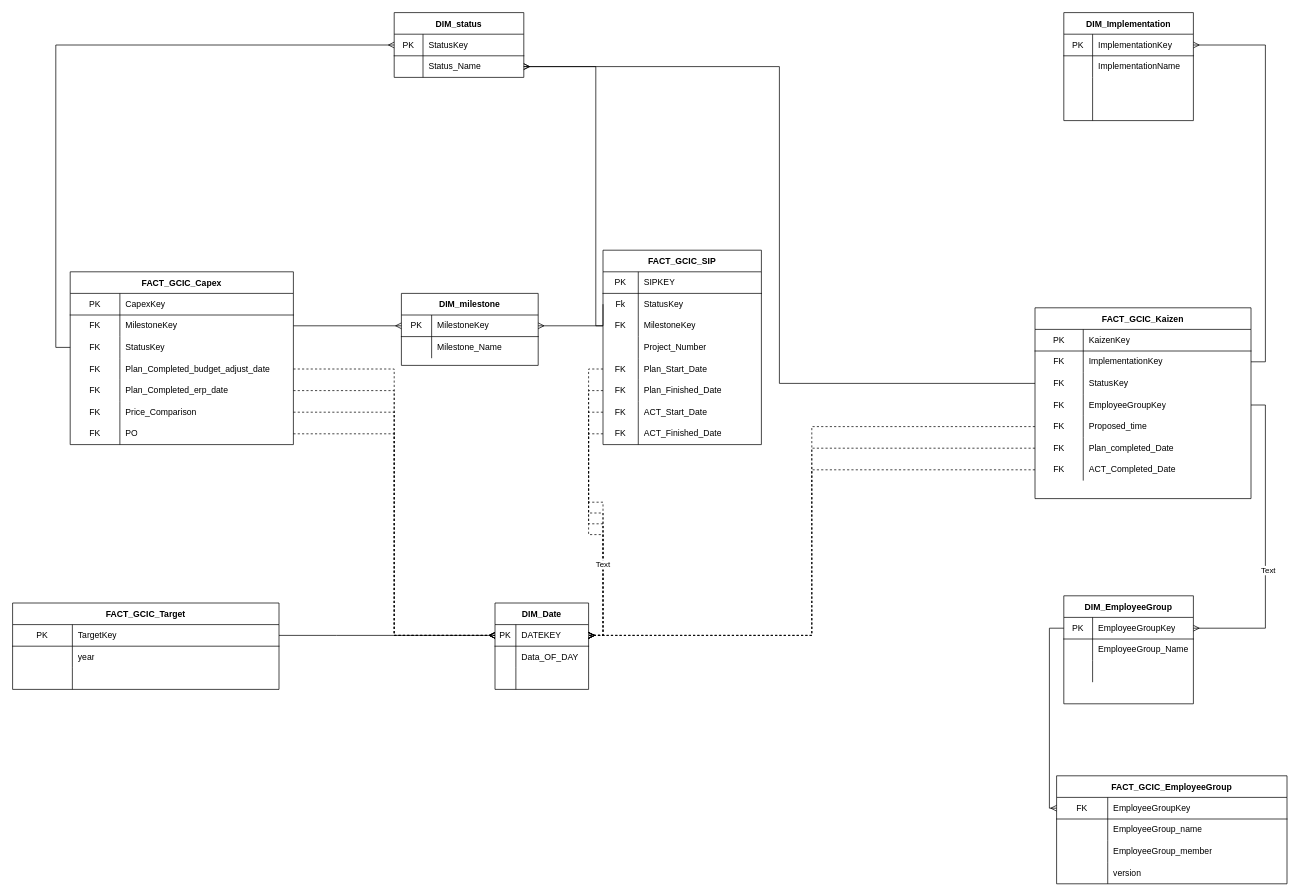
Above: Untitled Diagram.drawio in cyz12/an (draw.io), before the change. Source tidied: cells renumbered, new cells numbered last; positions are measured from the earlier drawing's top-left corner, leaving out a move shared by most shapes. Both pictures are drawn from the tidied source at 72%, with x=0, y=0 at pixel (12, 12).
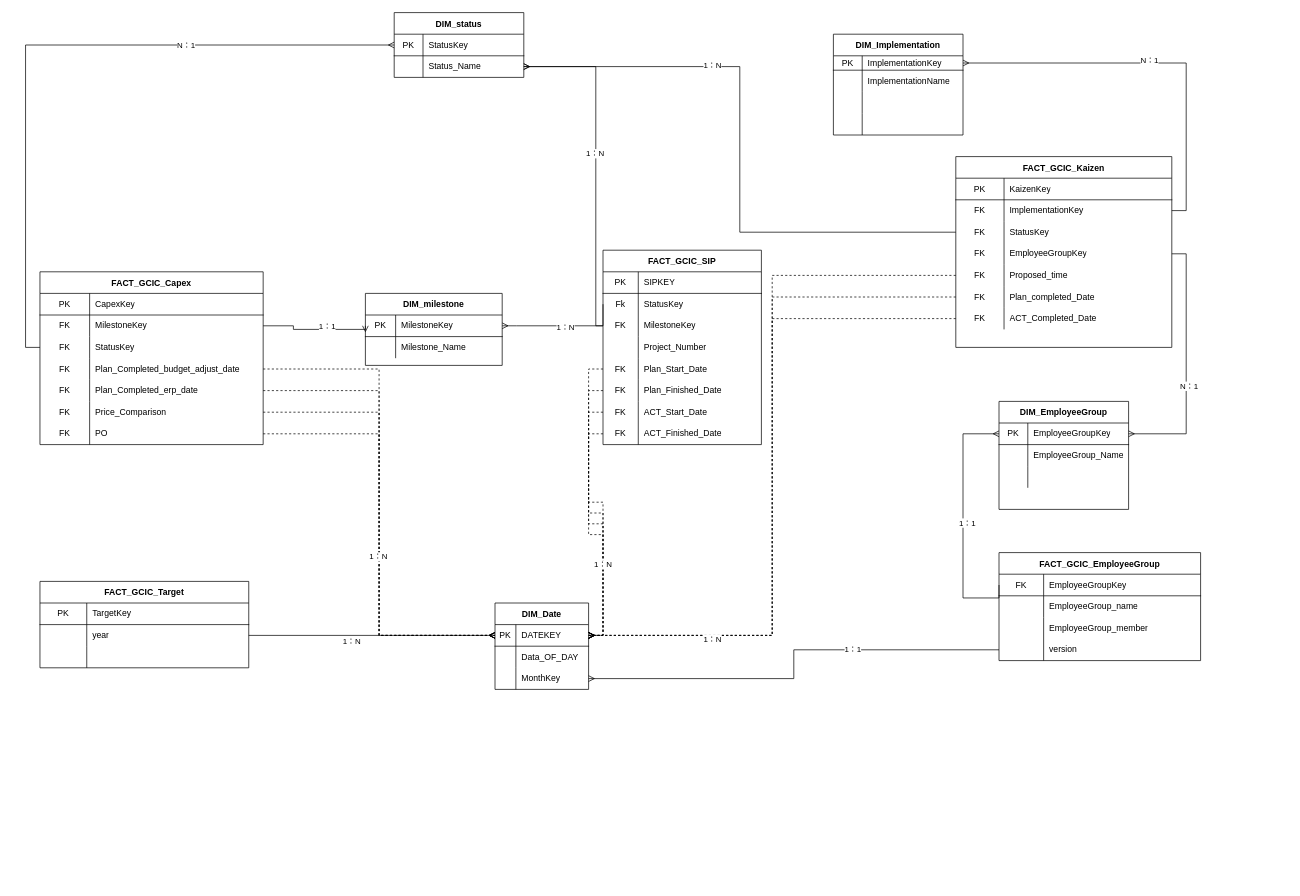
The same diagram, later.

Unchanged cells that the change refers to:
```xml
<mxCell id="3" style="shape=partialRectangle;html=1;whiteSpace=wrap;fillColor=none;top=0;left=0;bottom=1;right=0;points=[[0,0.5],[1,0.5]];portConstraint=eastwest;" parent="2" vertex="1">
  <mxGeometry y="30" width="180" height="30" as="geometry" />
</mxCell>
<mxCell id="19" style="shape=partialRectangle;html=1;whiteSpace=wrap;fillColor=none;top=0;left=0;bottom=0;right=0;points=[[0,0.5],[1,0.5]];portConstraint=eastwest;" parent="12" vertex="1">
  <mxGeometry y="90" width="220" height="30" as="geometry" />
</mxCell>
<mxCell id="83" style="shape=partialRectangle;html=1;whiteSpace=wrap;fillColor=none;top=0;left=0;bottom=0;right=0;points=[[0,0.5],[1,0.5]];portConstraint=eastwest;" parent="79" vertex="1">
  <mxGeometry y="60" width="310" height="30" as="geometry" />
</mxCell>
<mxCell id="112" style="shape=partialRectangle;html=1;whiteSpace=wrap;fillColor=none;top=0;left=0;bottom=1;right=0;points=[[0,0.5],[1,0.5]];portConstraint=eastwest;" parent="111" vertex="1">
  <mxGeometry y="30" width="190" height="30" as="geometry" />
</mxCell>
<mxCell id="132" style="shape=partialRectangle;html=1;whiteSpace=wrap;fillColor=none;top=0;left=0;bottom=1;right=0;points=[[0,0.5],[1,0.5]];portConstraint=eastwest;" parent="131" vertex="1">
  <mxGeometry y="30" width="130" height="30" as="geometry" />
</mxCell>
<mxCell id="138" style="shape=partialRectangle;html=1;whiteSpace=wrap;fillColor=none;top=0;left=0;bottom=0;right=0;points=[[0,0.5],[1,0.5]];portConstraint=eastwest;" parent="131" vertex="1">
  <mxGeometry y="90" width="130" height="30" as="geometry" />
</mxCell>
<mxCell id="145" style="edgeStyle=orthogonalEdgeStyle;rounded=0;jettySize=auto;html=1;exitX=1;exitY=0.5;exitDx=0;exitDy=0;endArrow=ERmany;endFill=0;dashed=1;entryX=0;entryY=0.5;entryDx=0;entryDy=0;" parent="1" edge="1" source="98" target="132">
  <mxGeometry relative="1" as="geometry" />
</mxCell>
<mxCell id="146" style="edgeStyle=orthogonalEdgeStyle;rounded=0;jettySize=auto;html=1;exitX=0;exitY=0.5;exitDx=0;exitDy=0;entryX=0;entryY=0.5;entryDx=0;entryDy=0;endArrow=ERmany;endFill=0;" parent="1" edge="1" source="86" target="51">
  <mxGeometry relative="1" as="geometry" />
</mxCell>
<mxCell id="149" style="edgeStyle=orthogonalEdgeStyle;rounded=0;jettySize=auto;html=1;exitX=0;exitY=0.5;exitDx=0;exitDy=0;endArrow=ERmany;endFill=0;" parent="1" edge="1" source="16" target="54">
  <mxGeometry relative="1" as="geometry">
    <Array as="points">
      <mxPoint x="810" y="435" />
      <mxPoint x="810" y="75" />
    </Array>
  </mxGeometry>
</mxCell>
<mxCell id="150" style="edgeStyle=orthogonalEdgeStyle;rounded=0;jettySize=auto;html=1;exitX=0;exitY=0.5;exitDx=0;exitDy=0;entryX=1;entryY=0.5;entryDx=0;entryDy=0;endArrow=ERmany;endFill=0;" parent="1" edge="1" source="64" target="54">
  <mxGeometry relative="1" as="geometry" />
</mxCell>
<mxCell id="151" style="edgeStyle=orthogonalEdgeStyle;rounded=0;jettySize=auto;html=1;exitX=1;exitY=0.5;exitDx=0;exitDy=0;entryX=1;entryY=0.5;entryDx=0;entryDy=0;endArrow=ERmany;endFill=0;" parent="1" edge="1" source="61" target="38">
  <mxGeometry relative="1" as="geometry" />
</mxCell>
<mxCell id="152" style="edgeStyle=orthogonalEdgeStyle;rounded=0;jettySize=auto;html=1;exitX=1;exitY=0.5;exitDx=0;exitDy=0;entryX=1;entryY=0.5;entryDx=0;entryDy=0;endArrow=ERmany;endFill=0;" parent="1" edge="1" source="67" target="3">
  <mxGeometry relative="1" as="geometry" />
</mxCell>
<mxCell id="158" style="edgeStyle=orthogonalEdgeStyle;rounded=0;jettySize=auto;html=1;exitX=0;exitY=0.5;exitDx=0;exitDy=0;dashed=1;endArrow=ERmany;endFill=0;" parent="1" edge="1" source="76" target="132">
  <mxGeometry relative="1" as="geometry" />
</mxCell>
<mxCell id="161" style="edgeStyle=orthogonalEdgeStyle;rounded=0;jettySize=auto;html=1;exitX=0;exitY=0.5;exitDx=0;exitDy=0;dashed=1;endArrow=ERmany;endFill=0;" parent="1" edge="1" source="34" target="132">
  <mxGeometry relative="1" as="geometry" />
</mxCell>
```

What changed in the source:
```diff
@@
     <mxCell id="2" value="DIM_EmployeeGroup" style="shape=table;startSize=30;childLayout=tableLayout;rowLines=0;fontStyle=1;align=center;" parent="1" vertex="1">
-      <mxGeometry x="1460" y="810" width="180" height="150" as="geometry" />
+      <mxGeometry x="1370" y="540" width="180" height="150" as="geometry" />
     </mxCell>
@@
     <mxCell id="37" value="DIM_Implementation" style="shape=table;startSize=30;childLayout=tableLayout;rowLines=0;fontStyle=1;align=center;" parent="1" vertex="1">
-      <mxGeometry x="1460" width="180" height="150" as="geometry" />
+      <mxGeometry x="1140" y="30" width="180" height="140" as="geometry" />
     </mxCell>
     <mxCell id="38" style="shape=partialRectangle;html=1;whiteSpace=wrap;fillColor=none;top=0;left=0;bottom=1;right=0;points=[[0,0.5],[1,0.5]];portConstraint=eastwest;" parent="37" vertex="1">
-      <mxGeometry y="30" width="180" height="30" as="geometry" />
+      <mxGeometry y="30" width="180" height="20" as="geometry" />
     </mxCell>
     <mxCell id="39" value="PK" style="shape=partialRectangle;html=1;whiteSpace=wrap;fillColor=none;top=0;left=0;bottom=0;right=0;overflow=hidden;" parent="38" vertex="1">
-      <mxGeometry width="40" height="30" as="geometry" />
+      <mxGeometry width="40" height="20" as="geometry" />
     </mxCell>
     <mxCell id="40" value="ImplementationKey" style="shape=partialRectangle;html=1;whiteSpace=wrap;fillColor=none;top=0;left=0;bottom=0;right=0;align=left;spacingLeft=6;overflow=hidden;" parent="38" vertex="1">
-      <mxGeometry x="40" width="140" height="30" as="geometry" />
+      <mxGeometry x="40" width="140" height="20" as="geometry" />
     </mxCell>
     <mxCell id="41" style="shape=partialRectangle;html=1;whiteSpace=wrap;fillColor=none;top=0;left=0;bottom=0;right=0;" parent="37" vertex="1">
-      <mxGeometry y="60" width="180" height="30" as="geometry" />
+      <mxGeometry y="50" width="180" height="30" as="geometry" />
     </mxCell>
@@
     <mxCell id="44" style="shape=partialRectangle;html=1;whiteSpace=wrap;fillColor=none;top=0;left=0;bottom=0;right=0;" parent="37" vertex="1">
-      <mxGeometry y="90" width="180" height="30" as="geometry" />
+      <mxGeometry y="80" width="180" height="30" as="geometry" />
     </mxCell>
@@
     <mxCell id="47" style="shape=partialRectangle;html=1;whiteSpace=wrap;fillColor=none;top=0;left=0;bottom=0;right=0;" parent="37" vertex="1">
-      <mxGeometry y="120" width="180" height="30" as="geometry" />
+      <mxGeometry y="110" width="180" height="30" as="geometry" />
     </mxCell>
@@
     <mxCell id="57" value="FACT_GCIC_Kaizen" style="shape=table;startSize=30;childLayout=tableLayout;rowLines=0;fontStyle=1;align=center;" parent="1" vertex="1">
-      <mxGeometry x="1420" y="410" width="300" height="265" as="geometry" />
+      <mxGeometry x="1310" y="200" width="300" height="265" as="geometry" />
     </mxCell>
@@
     <mxCell id="79" value="FACT_GCIC_Capex" style="shape=table;startSize=30;childLayout=tableLayout;rowLines=0;fontStyle=1;align=center;" parent="1" vertex="1">
-      <mxGeometry x="80" y="360" width="310" height="240" as="geometry" />
+      <mxGeometry x="38" y="360" width="310" height="240" as="geometry" />
     </mxCell>
@@
     <mxCell id="101" value="FACT_GCIC_Target" style="shape=table;startSize=30;childLayout=tableLayout;rowLines=0;fontStyle=1;align=center;" parent="1" vertex="1">
-      <mxGeometry y="820" width="370" height="120" as="geometry" />
+      <mxGeometry x="38" y="790" width="290" height="120" as="geometry" />
     </mxCell>
     <mxCell id="102" style="shape=partialRectangle;html=1;whiteSpace=wrap;fillColor=none;top=0;left=0;bottom=1;right=0;points=[[0,0.5],[1,0.5]];portConstraint=eastwest;" parent="101" vertex="1">
-      <mxGeometry y="30" width="370" height="30" as="geometry" />
+      <mxGeometry y="30" width="290" height="30" as="geometry" />
     </mxCell>
     <mxCell id="103" value="PK" style="shape=partialRectangle;html=1;whiteSpace=wrap;fillColor=none;top=0;left=0;bottom=0;right=0;overflow=hidden;" parent="102" vertex="1">
-      <mxGeometry width="83" height="30" as="geometry" />
+      <mxGeometry width="65" height="30" as="geometry" />
     </mxCell>
     <mxCell id="104" value="TargetKey" style="shape=partialRectangle;html=1;whiteSpace=wrap;fillColor=none;top=0;left=0;bottom=0;right=0;align=left;spacingLeft=6;overflow=hidden;" parent="102" vertex="1">
-      <mxGeometry x="83" width="287" height="30" as="geometry" />
+      <mxGeometry x="65" width="225" height="30" as="geometry" />
     </mxCell>
     <mxCell id="105" style="shape=partialRectangle;html=1;whiteSpace=wrap;fillColor=none;top=0;left=0;bottom=0;right=0;points=[[0,0.5],[1,0.5]];portConstraint=eastwest;" parent="101" vertex="1">
-      <mxGeometry y="60" width="370" height="30" as="geometry" />
+      <mxGeometry y="60" width="290" height="30" as="geometry" />
     </mxCell>
     <mxCell id="106" style="shape=partialRectangle;html=1;whiteSpace=wrap;fillColor=none;top=0;left=0;bottom=0;right=0;overflow=hidden;" parent="105" vertex="1">
-      <mxGeometry width="83" height="30" as="geometry" />
+      <mxGeometry width="65" height="30" as="geometry" />
     </mxCell>
     <mxCell id="107" value="year" style="shape=partialRectangle;html=1;whiteSpace=wrap;fillColor=none;top=0;left=0;bottom=0;right=0;align=left;spacingLeft=6;overflow=hidden;" parent="105" vertex="1">
-      <mxGeometry x="83" width="287" height="30" as="geometry" />
+      <mxGeometry x="65" width="225" height="30" as="geometry" />
     </mxCell>
     <mxCell id="108" style="shape=partialRectangle;html=1;whiteSpace=wrap;fillColor=none;top=0;left=0;bottom=0;right=0;" parent="101" vertex="1">
-      <mxGeometry y="90" width="370" height="30" as="geometry" />
+      <mxGeometry y="90" width="290" height="30" as="geometry" />
     </mxCell>
     <mxCell id="109" style="shape=partialRectangle;html=1;whiteSpace=wrap;fillColor=none;top=0;left=0;bottom=0;right=0;overflow=hidden;" parent="108" vertex="1">
-      <mxGeometry width="83" height="30" as="geometry" />
+      <mxGeometry width="65" height="30" as="geometry" />
     </mxCell>
     <mxCell id="110" style="shape=partialRectangle;html=1;whiteSpace=wrap;fillColor=none;top=0;left=0;bottom=0;right=0;align=left;spacingLeft=6;overflow=hidden;" parent="108" vertex="1">
-      <mxGeometry x="83" width="287" height="30" as="geometry" />
+      <mxGeometry x="65" width="225" height="30" as="geometry" />
     </mxCell>
     <mxCell id="111" value="DIM_milestone" style="shape=table;startSize=30;childLayout=tableLayout;rowLines=0;fontStyle=1;align=center;" parent="1" vertex="1">
-      <mxGeometry x="540" y="390" width="190" height="100" as="geometry" />
+      <mxGeometry x="490" y="390" width="190" height="100" as="geometry" />
     </mxCell>
@@
     <mxCell id="118" value="FACT_GCIC_EmployeeGroup" style="shape=table;startSize=30;childLayout=tableLayout;rowLines=0;fontStyle=1;align=center;" parent="1" vertex="1">
-      <mxGeometry x="1450" y="1060" width="320" height="150" as="geometry" />
+      <mxGeometry x="1370" y="750" width="280" height="150" as="geometry" />
     </mxCell>
     <mxCell id="119" style="shape=partialRectangle;html=1;whiteSpace=wrap;fillColor=none;top=0;left=0;bottom=1;right=0;points=[[0,0.5],[1,0.5]];portConstraint=eastwest;" parent="118" vertex="1">
-      <mxGeometry y="30" width="320" height="30" as="geometry" />
+      <mxGeometry y="30" width="280" height="30" as="geometry" />
     </mxCell>
     <mxCell id="120" value="FK" style="shape=partialRectangle;html=1;whiteSpace=wrap;fillColor=none;top=0;left=0;bottom=0;right=0;overflow=hidden;" parent="119" vertex="1">
-      <mxGeometry width="71" height="30" as="geometry" />
+      <mxGeometry width="62" height="30" as="geometry" />
     </mxCell>
     <mxCell id="121" value="EmployeeGroupKey" style="shape=partialRectangle;html=1;whiteSpace=wrap;fillColor=none;top=0;left=0;bottom=0;right=0;align=left;spacingLeft=6;overflow=hidden;" parent="119" vertex="1">
-      <mxGeometry x="71" width="249" height="30" as="geometry" />
+      <mxGeometry x="62" width="218" height="30" as="geometry" />
     </mxCell>
     <mxCell id="122" style="shape=partialRectangle;html=1;whiteSpace=wrap;fillColor=none;top=0;left=0;bottom=0;right=0;" parent="118" vertex="1">
-      <mxGeometry y="60" width="320" height="30" as="geometry" />
+      <mxGeometry y="60" width="280" height="30" as="geometry" />
     </mxCell>
     <mxCell id="123" style="shape=partialRectangle;html=1;whiteSpace=wrap;fillColor=none;top=0;left=0;bottom=0;right=0;overflow=hidden;" parent="122" vertex="1">
-      <mxGeometry width="71" height="30" as="geometry" />
+      <mxGeometry width="62" height="30" as="geometry" />
     </mxCell>
     <mxCell id="124" value="EmployeeGroup_name" style="shape=partialRectangle;html=1;whiteSpace=wrap;fillColor=none;top=0;left=0;bottom=0;right=0;align=left;spacingLeft=6;overflow=hidden;" parent="122" vertex="1">
-      <mxGeometry x="71" width="249" height="30" as="geometry" />
+      <mxGeometry x="62" width="218" height="30" as="geometry" />
     </mxCell>
     <mxCell id="125" style="shape=partialRectangle;html=1;whiteSpace=wrap;fillColor=none;top=0;left=0;bottom=0;right=0;" parent="118" vertex="1">
-      <mxGeometry y="90" width="320" height="30" as="geometry" />
+      <mxGeometry y="90" width="280" height="30" as="geometry" />
     </mxCell>
     <mxCell id="126" style="shape=partialRectangle;html=1;whiteSpace=wrap;fillColor=none;top=0;left=0;bottom=0;right=0;overflow=hidden;" parent="125" vertex="1">
-      <mxGeometry width="71" height="30" as="geometry" />
+      <mxGeometry width="62" height="30" as="geometry" />
     </mxCell>
     <mxCell id="127" value="EmployeeGroup_member" style="shape=partialRectangle;html=1;whiteSpace=wrap;fillColor=none;top=0;left=0;bottom=0;right=0;align=left;spacingLeft=6;overflow=hidden;" parent="125" vertex="1">
-      <mxGeometry x="71" width="249" height="30" as="geometry" />
+      <mxGeometry x="62" width="218" height="30" as="geometry" />
     </mxCell>
     <mxCell id="128" style="shape=partialRectangle;html=1;whiteSpace=wrap;fillColor=none;top=0;left=0;bottom=0;right=0;points=[[0,0.5],[1,0.5]];portConstraint=eastwest;" parent="118" vertex="1">
-      <mxGeometry y="120" width="320" height="30" as="geometry" />
+      <mxGeometry y="120" width="280" height="30" as="geometry" />
     </mxCell>
     <mxCell id="129" style="shape=partialRectangle;html=1;whiteSpace=wrap;fillColor=none;top=0;left=0;bottom=0;right=0;overflow=hidden;" parent="128" vertex="1">
-      <mxGeometry width="71" height="30" as="geometry" />
+      <mxGeometry width="62" height="30" as="geometry" />
     </mxCell>
     <mxCell id="130" value="version" style="shape=partialRectangle;html=1;whiteSpace=wrap;fillColor=none;top=0;left=0;bottom=0;right=0;align=left;spacingLeft=6;overflow=hidden;" parent="128" vertex="1">
-      <mxGeometry x="71" width="249" height="30" as="geometry" />
+      <mxGeometry x="62" width="218" height="30" as="geometry" />
     </mxCell>
@@
-    <mxCell id="140" style="shape=partialRectangle;html=1;whiteSpace=wrap;fillColor=none;top=0;left=0;bottom=0;right=0;align=left;spacingLeft=6;overflow=hidden;" parent="138" vertex="1">
+    <mxCell id="140" value="MonthKey" style="shape=partialRectangle;html=1;whiteSpace=wrap;fillColor=none;top=0;left=0;bottom=0;right=0;align=left;spacingLeft=6;overflow=hidden;" parent="138" vertex="1">
       <mxGeometry x="29" width="101" height="30" as="geometry" />
     </mxCell>
-    <mxCell id="141" style="edgeStyle=orthogonalEdgeStyle;rounded=0;jettySize=auto;html=1;exitX=1;exitY=0.5;exitDx=0;exitDy=0;entryX=0;entryY=0.5;entryDx=0;entryDy=0;endArrow=ERmany;endFill=0;" parent="1" edge="1" source="102" target="132">
+    <mxCell id="141" style="edgeStyle=orthogonalEdgeStyle;rounded=0;jettySize=auto;html=1;exitX=1;exitY=0.5;exitDx=0;exitDy=0;entryX=0;entryY=0.5;entryDx=0;entryDy=0;endArrow=ERmany;endFill=0;" parent="1" edge="1" source="105" target="132">
       <mxGeometry relative="1" as="geometry">
         <Array as="points">
-          <mxPoint x="450" y="865" />
+          <mxPoint x="328" y="865" />
         </Array>
       </mxGeometry>
     </mxCell>
+    <mxCell id="163" value="1：N" style="edgeLabel;html=1;align=center;verticalAlign=middle;" parent="141" vertex="1">
+      <mxGeometry x="-0.17" y="-7" relative="1" as="geometry" />
+    </mxCell>
@@
+    <mxCell id="164" value="1：N" style="edgeLabel;html=1;align=center;verticalAlign=middle;" parent="145" vertex="1">
+      <mxGeometry x="0.1" y="-2" relative="1" as="geometry" />
+    </mxCell>
@@
+    <mxCell id="165" value="N：1" style="edgeLabel;html=1;align=center;verticalAlign=middle;" parent="146" vertex="1">
+      <mxGeometry x="0.39" relative="1" as="geometry" />
+    </mxCell>
     <mxCell id="147" style="edgeStyle=orthogonalEdgeStyle;rounded=0;jettySize=auto;html=1;exitX=1;exitY=0.5;exitDx=0;exitDy=0;entryX=0;entryY=0.5;entryDx=0;entryDy=0;endArrow=ERmany;endFill=0;" parent="1" edge="1" source="83" target="112">
-      <mxGeometry relative="1" as="geometry" />
+      <mxGeometry relative="1" as="geometry">
+        <Array as="points">
+          <mxPoint x="390" y="440" />
+          <mxPoint x="490" y="440" />
+        </Array>
+      </mxGeometry>
     </mxCell>
+    <mxCell id="166" value="1：1" style="edgeLabel;html=1;align=center;verticalAlign=middle;" parent="147" vertex="1">
+      <mxGeometry x="0.24" y="5" relative="1" as="geometry">
+        <mxPoint x="-1" as="offset" />
+      </mxGeometry>
+    </mxCell>
     <mxCell id="148" style="edgeStyle=orthogonalEdgeStyle;rounded=0;jettySize=auto;html=1;exitX=0;exitY=0.5;exitDx=0;exitDy=0;entryX=1;entryY=0.5;entryDx=0;entryDy=0;endArrow=ERmany;endFill=0;" parent="1" edge="1" source="19" target="112">
-      <mxGeometry relative="1" as="geometry" />
+      <mxGeometry relative="1" as="geometry">
+        <Array as="points">
+          <mxPoint x="700" y="435" />
+          <mxPoint x="700" y="435" />
+        </Array>
+      </mxGeometry>
     </mxCell>
+    <mxCell id="167" value="1：N" style="edgeLabel;html=1;align=center;verticalAlign=middle;" parent="148" vertex="1">
+      <mxGeometry x="-0.25" y="2" relative="1" as="geometry" />
+    </mxCell>
@@
+    <mxCell id="168" value="1：N" style="edgeLabel;html=1;align=center;verticalAlign=middle;" parent="149" vertex="1">
+      <mxGeometry x="0.12" y="2" relative="1" as="geometry" />
+    </mxCell>
@@
+    <mxCell id="169" value="1：N" style="edgeLabel;html=1;align=center;verticalAlign=middle;" parent="150" vertex="1">
+      <mxGeometry x="0.37" y="-2" relative="1" as="geometry" />
+    </mxCell>
@@
+    <mxCell id="170" value="N：1" style="edgeLabel;html=1;align=center;verticalAlign=middle;" parent="151" vertex="1">
+      <mxGeometry x="0.03" y="-4" relative="1" as="geometry">
+        <mxPoint x="-1" as="offset" />
+      </mxGeometry>
+    </mxCell>
@@
-    <mxCell id="153" value="Text" style="edgeLabel;html=1;align=center;verticalAlign=middle;" parent="152" vertex="1">
+    <mxCell id="153" value="N：1" style="edgeLabel;html=1;align=center;verticalAlign=middle;" parent="152" vertex="1">
       <mxGeometry x="0.16" y="3" relative="1" as="geometry" />
     </mxCell>
-    <mxCell id="154" style="edgeStyle=orthogonalEdgeStyle;rounded=0;jettySize=auto;html=1;exitX=0;exitY=0.5;exitDx=0;exitDy=0;entryX=0;entryY=0.5;entryDx=0;entryDy=0;endArrow=ERmany;endFill=0;" parent="1" edge="1" source="3" target="119">
-      <mxGeometry relative="1" as="geometry" />
-    </mxCell>
@@
+    <mxCell id="171" value="1：N" style="edgeLabel;html=1;align=center;verticalAlign=middle;" parent="158" vertex="1">
+      <mxGeometry x="0.64" y="4" relative="1" as="geometry" />
+    </mxCell>
@@
-    <mxCell id="162" value="Text" style="edgeLabel;html=1;align=center;verticalAlign=middle;" parent="161" vertex="1">
+    <mxCell id="162" value="1：N" style="edgeLabel;html=1;align=center;verticalAlign=middle;" parent="161" vertex="1">
       <mxGeometry x="0.3" y="-1" relative="1" as="geometry" />
     </mxCell>
+    <mxCell id="172" style="edgeStyle=orthogonalEdgeStyle;rounded=0;jettySize=auto;html=1;exitX=0;exitY=0.5;exitDx=0;exitDy=0;entryX=0;entryY=0.5;entryDx=0;entryDy=0;endArrow=ERmany;endFill=0;" parent="1" edge="1" source="119" target="3">
+      <mxGeometry relative="1" as="geometry">
+        <Array as="points">
+          <mxPoint x="1320" y="813" />
+          <mxPoint x="1320" y="585" />
+        </Array>
+      </mxGeometry>
+    </mxCell>
+    <mxCell id="173" value="1：1" style="edgeLabel;html=1;align=center;verticalAlign=middle;" parent="172" vertex="1">
+      <mxGeometry y="-5" relative="1" as="geometry" />
+    </mxCell>
+    <mxCell id="174" style="edgeStyle=orthogonalEdgeStyle;rounded=0;jettySize=auto;html=1;exitX=0;exitY=0.5;exitDx=0;exitDy=0;entryX=1;entryY=0.5;entryDx=0;entryDy=0;endArrow=ERmany;endFill=0;" parent="1" edge="1" source="128" target="138">
+      <mxGeometry relative="1" as="geometry" />
+    </mxCell>
+    <mxCell id="175" value="1：1" style="edgeLabel;html=1;align=center;verticalAlign=middle;" parent="174" vertex="1">
+      <mxGeometry x="-0.33" y="-1" relative="1" as="geometry" />
+    </mxCell>
```
